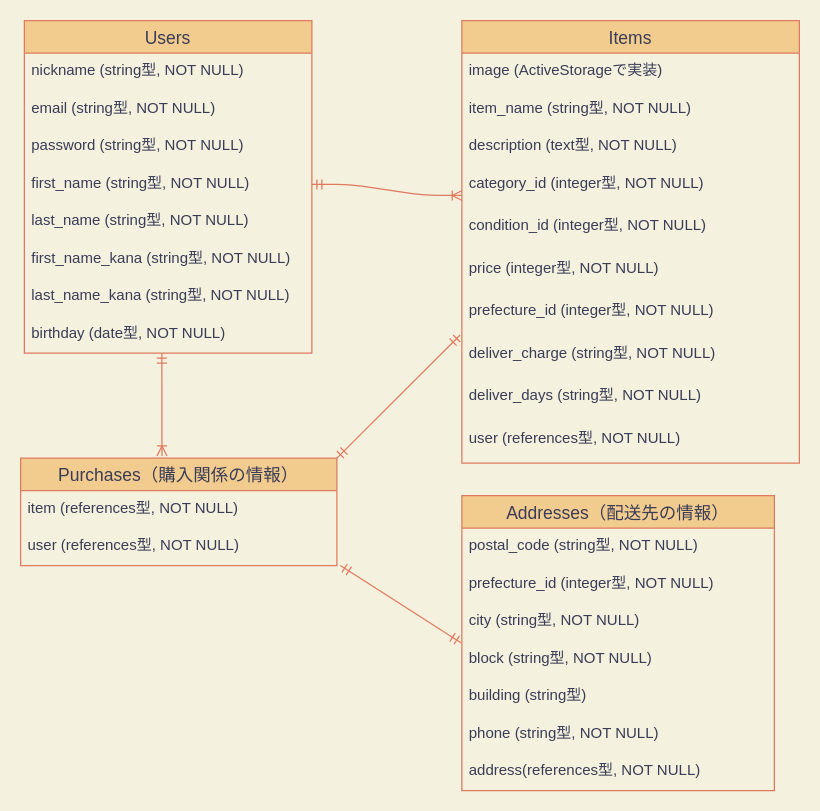
The draw.io diagram furima.dio in Kotaro126/furima-30522, before the edit. Source tidied: cells renumbered, new cells numbered last; positions are measured from the earlier drawing's top-left corner, leaving out a move shared by most shapes. Both pictures are drawn from the tidied source at 125%, with x=0, y=0 at pixel (20, 20).
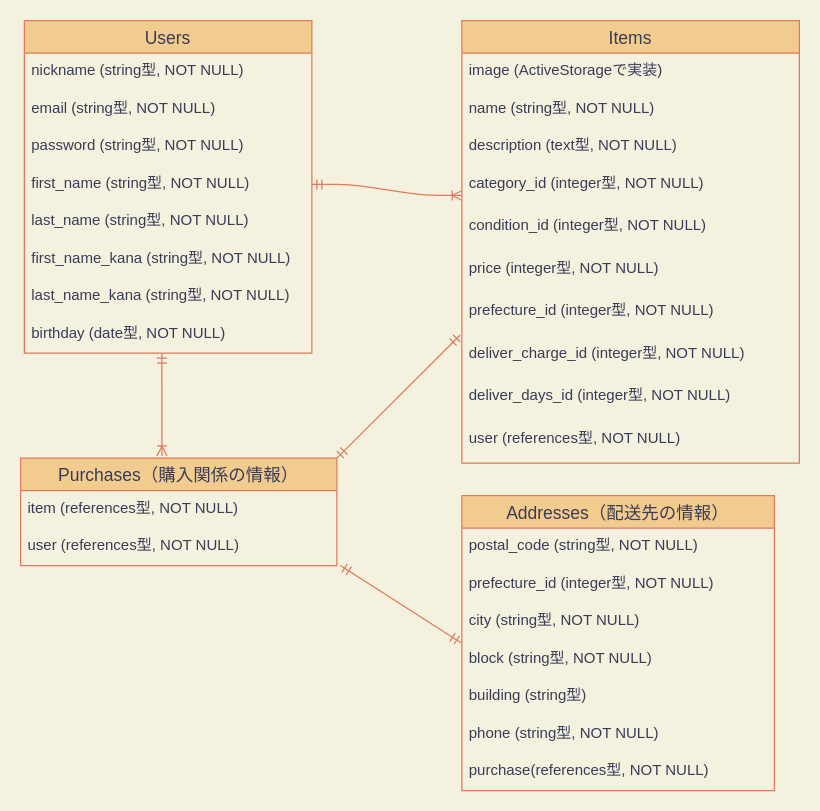
After the change.

Commit message (it also covers changes not shown here):
コードレビュー30522の修正済み

Unchanged cells that the change refers to:
```xml
<mxCell id="17" value="Items" style="swimlane;fontStyle=0;horizontal=1;startSize=26;align=center;fontSize=14;fillColor=#F2CC8F;strokeColor=#E07A5F;fontColor=#393C56;" parent="1" vertex="1">
  <mxGeometry x="353" width="270" height="354" as="geometry" />
</mxCell>
<mxCell id="29" value="Addresses（配送先の情報）" style="swimlane;fontStyle=0;horizontal=1;startSize=26;align=center;fontSize=14;fillColor=#F2CC8F;strokeColor=#E07A5F;fontColor=#393C56;" parent="1" vertex="1">
  <mxGeometry x="353" y="380" width="250" height="236" as="geometry" />
</mxCell>
```

Diff of the diagram source:
```diff
@@
-    <mxCell id="19" value="item_name (string型, NOT NULL)" style="text;strokeColor=none;fillColor=none;spacingLeft=4;spacingRight=4;overflow=hidden;fontSize=12;fontColor=#393C56;" parent="17" vertex="1">
+    <mxCell id="19" value="name (string型, NOT NULL)" style="text;strokeColor=none;fillColor=none;spacingLeft=4;spacingRight=4;overflow=hidden;fontSize=12;fontColor=#393C56;" parent="17" vertex="1">
       <mxGeometry y="56" width="270" height="30" as="geometry" />
     </mxCell>
@@
-    <mxCell id="25" value="deliver_charge (string型, NOT NULL)" style="text;strokeColor=none;fillColor=none;spacingLeft=4;spacingRight=4;overflow=hidden;fontSize=12;fontColor=#393C56;" parent="17" vertex="1">
+    <mxCell id="25" value="deliver_charge_id (integer型, NOT NULL)" style="text;strokeColor=none;fillColor=none;spacingLeft=4;spacingRight=4;overflow=hidden;fontSize=12;fontColor=#393C56;" parent="17" vertex="1">
       <mxGeometry y="252" width="270" height="34" as="geometry" />
     </mxCell>
-    <mxCell id="26" value="deliver_days (string型, NOT NULL)" style="text;strokeColor=none;fillColor=none;spacingLeft=4;spacingRight=4;overflow=hidden;fontSize=12;fontColor=#393C56;" parent="17" vertex="1">
+    <mxCell id="26" value="deliver_days_id (integer型, NOT NULL)" style="text;strokeColor=none;fillColor=none;spacingLeft=4;spacingRight=4;overflow=hidden;fontSize=12;fontColor=#393C56;" parent="17" vertex="1">
       <mxGeometry y="286" width="270" height="34" as="geometry" />
     </mxCell>
@@
-    <mxCell id="36" value="address(references型, NOT NULL)" style="text;strokeColor=none;fillColor=none;spacingLeft=4;spacingRight=4;overflow=hidden;fontSize=12;fontColor=#393C56;" parent="29" vertex="1">
+    <mxCell id="36" value="purchase(references型, NOT NULL)" style="text;strokeColor=none;fillColor=none;spacingLeft=4;spacingRight=4;overflow=hidden;fontSize=12;fontColor=#393C56;" parent="29" vertex="1">
       <mxGeometry y="206" width="250" height="30" as="geometry" />
     </mxCell>
```
